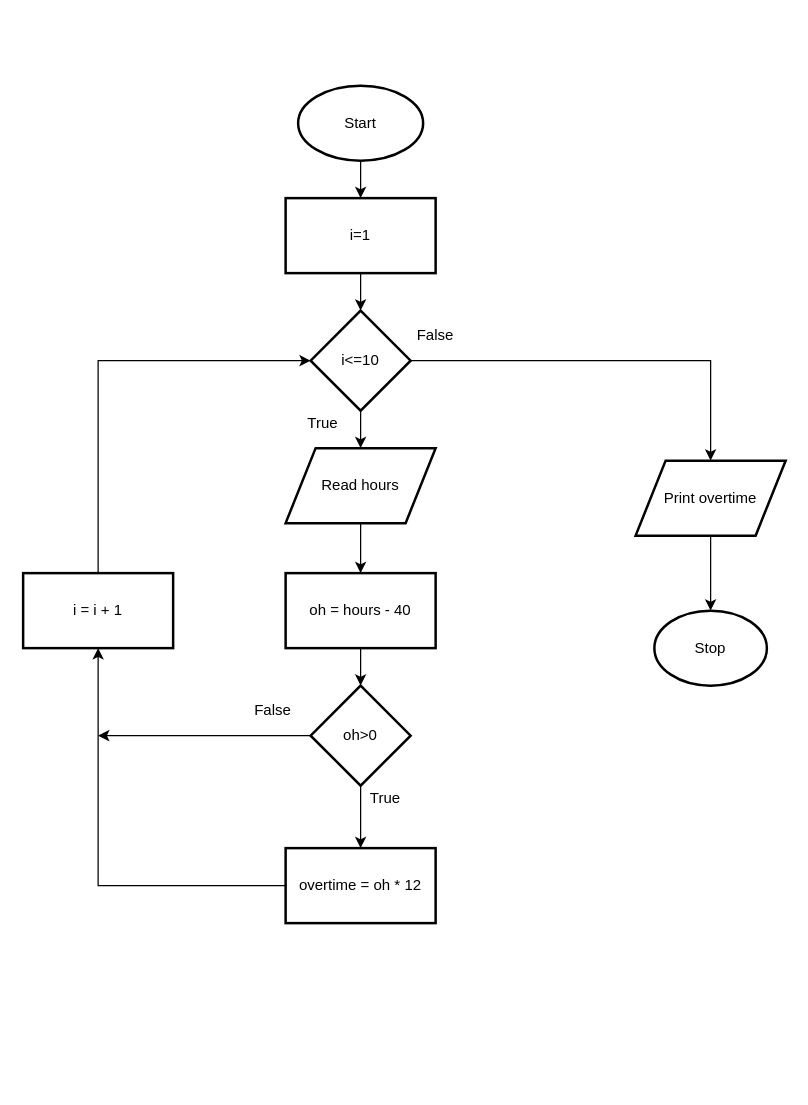
Above: c/book-exercise/let-us-c/ch-3/flowchart/b-a.drawio in onlitstechnologies/ONLITS2202 (draw.io), before the change. Source tidied: cells renumbered, new cells numbered last; positions are measured from the earlier drawing's top-left corner, leaving out a move shared by most shapes. Both pictures are drawn from the tidied source at 125%, with x=0, y=0 at pixel (22, 85).
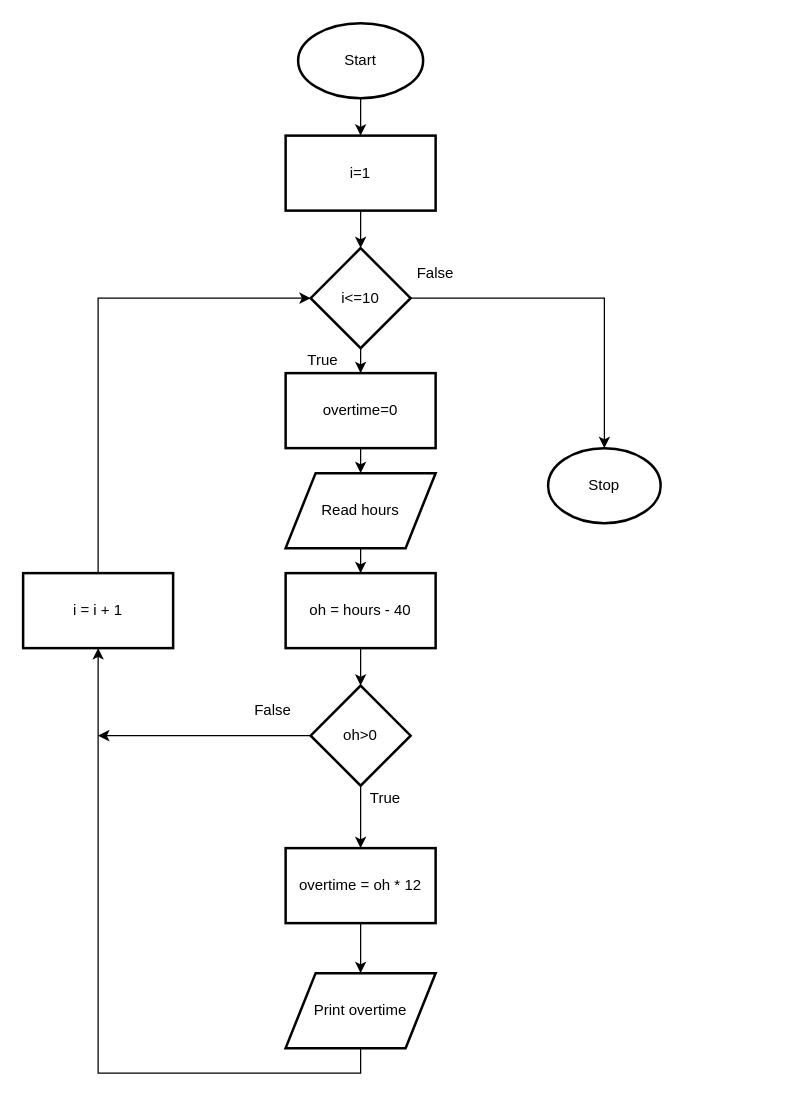
The same page after the edit.

Unchanged cells that the change refers to:
```xml
<mxCell id="17" value="overtime = oh * 12" style="whiteSpace=wrap;html=1;strokeWidth=2;" parent="1" vertex="1">
  <mxGeometry x="210" y="610" width="120" height="60" as="geometry" />
</mxCell>
<mxCell id="19" value="i = i + 1" style="whiteSpace=wrap;html=1;strokeWidth=2;" parent="1" vertex="1">
  <mxGeometry y="390" width="120" height="60" as="geometry" />
</mxCell>
```

Change to the diagram source:
```diff
@@
     <mxCell id="3" value="Start" style="strokeWidth=2;html=1;shape=mxgraph.flowchart.start_1;whiteSpace=wrap;" parent="1" vertex="1">
-      <mxGeometry x="220" width="100" height="60" as="geometry" />
+      <mxGeometry x="220" y="-50" width="100" height="60" as="geometry" />
     </mxCell>
@@
     <mxCell id="5" value="i=1" style="whiteSpace=wrap;html=1;strokeWidth=2;" parent="1" vertex="1">
-      <mxGeometry x="210" y="90" width="120" height="60" as="geometry" />
+      <mxGeometry x="210" y="40" width="120" height="60" as="geometry" />
     </mxCell>
-    <mxCell id="6" style="edgeStyle=orthogonalEdgeStyle;rounded=0;jettySize=auto;html=1;" parent="1" edge="1" source="8" target="10">
-      <mxGeometry relative="1" as="geometry" />
-    </mxCell>
-    <mxCell id="7" style="edgeStyle=orthogonalEdgeStyle;rounded=0;jettySize=auto;html=1;" parent="1" edge="1" source="8" target="21">
+    <mxCell id="7" style="edgeStyle=orthogonalEdgeStyle;rounded=0;jettySize=auto;html=1;entryX=0.5;entryY=0;entryDx=0;entryDy=0;" parent="1" edge="1" source="8" target="22">
       <mxGeometry relative="1" as="geometry" />
     </mxCell>
+    <mxCell id="27" style="edgeStyle=orthogonalEdgeStyle;rounded=0;jettySize=auto;html=1;" parent="1" edge="1" source="8" target="31">
+      <mxGeometry relative="1" as="geometry" />
+    </mxCell>
     <mxCell id="8" value="i&amp;lt;=10" style="rhombus;whiteSpace=wrap;html=1;strokeWidth=2;" parent="1" vertex="1">
-      <mxGeometry x="230" y="180" width="80" height="80" as="geometry" />
+      <mxGeometry x="230" y="130" width="80" height="80" as="geometry" />
     </mxCell>
@@
     <mxCell id="10" value="Read hours" style="shape=parallelogram;perimeter=parallelogramPerimeter;whiteSpace=wrap;html=1;strokeWidth=2;" parent="1" vertex="1">
-      <mxGeometry x="210" y="290" width="120" height="60" as="geometry" />
+      <mxGeometry x="210" y="310" width="120" height="60" as="geometry" />
     </mxCell>
@@
-    <mxCell id="16" style="edgeStyle=orthogonalEdgeStyle;rounded=0;jettySize=auto;html=1;" parent="1" edge="1" source="17" target="19">
-      <mxGeometry relative="1" as="geometry" />
-    </mxCell>
+    <mxCell id="28" style="edgeStyle=orthogonalEdgeStyle;rounded=0;jettySize=auto;html=1;" parent="1" edge="1" source="17" target="21">
+      <mxGeometry relative="1" as="geometry" />
+    </mxCell>
@@
-    <mxCell id="20" style="edgeStyle=orthogonalEdgeStyle;rounded=0;jettySize=auto;html=1;" parent="1" edge="1" source="21" target="22">
-      <mxGeometry relative="1" as="geometry" />
-    </mxCell>
-    <mxCell id="21" value="Print overtime" style="shape=parallelogram;perimeter=parallelogramPerimeter;whiteSpace=wrap;html=1;strokeWidth=2;" parent="1" vertex="1">
-      <mxGeometry x="490" y="300" width="120" height="60" as="geometry" />
-    </mxCell>
     <mxCell id="22" value="Stop" style="ellipse;whiteSpace=wrap;html=1;strokeWidth=2;" parent="1" vertex="1">
-      <mxGeometry x="505" y="420" width="90" height="60" as="geometry" />
+      <mxGeometry x="420" y="290" width="90" height="60" as="geometry" />
     </mxCell>
     <mxCell id="23" value="False" style="text;html=1;strokeColor=none;fillColor=none;align=center;verticalAlign=middle;whiteSpace=wrap;rounded=0;" parent="1" vertex="1">
-      <mxGeometry x="310" y="190" width="40" height="20" as="geometry" />
+      <mxGeometry x="310" y="140" width="40" height="20" as="geometry" />
     </mxCell>
@@
     <mxCell id="25" value="True" style="text;html=1;strokeColor=none;fillColor=none;align=center;verticalAlign=middle;whiteSpace=wrap;rounded=0;" parent="1" vertex="1">
-      <mxGeometry x="220" y="260" width="40" height="20" as="geometry" />
+      <mxGeometry x="220" y="210" width="40" height="20" as="geometry" />
     </mxCell>
@@
+    <mxCell id="29" style="edgeStyle=orthogonalEdgeStyle;rounded=0;jettySize=auto;html=1;exitX=0.5;exitY=1;exitDx=0;exitDy=0;entryX=0.5;entryY=1;entryDx=0;entryDy=0;" parent="1" edge="1" source="21" target="19">
+      <mxGeometry relative="1" as="geometry" />
+    </mxCell>
+    <mxCell id="21" value="Print overtime" style="shape=parallelogram;perimeter=parallelogramPerimeter;whiteSpace=wrap;html=1;strokeWidth=2;" parent="1" vertex="1">
+      <mxGeometry x="210" y="710" width="120" height="60" as="geometry" />
+    </mxCell>
+    <mxCell id="30" style="edgeStyle=orthogonalEdgeStyle;rounded=0;jettySize=auto;html=1;exitX=0.5;exitY=1;exitDx=0;exitDy=0;entryX=0.5;entryY=0;entryDx=0;entryDy=0;" parent="1" edge="1" source="31" target="10">
+      <mxGeometry relative="1" as="geometry" />
+    </mxCell>
+    <mxCell id="31" value="overtime=0" style="whiteSpace=wrap;html=1;strokeWidth=2;" parent="1" vertex="1">
+      <mxGeometry x="210" y="230" width="120" height="60" as="geometry" />
+    </mxCell>
```
